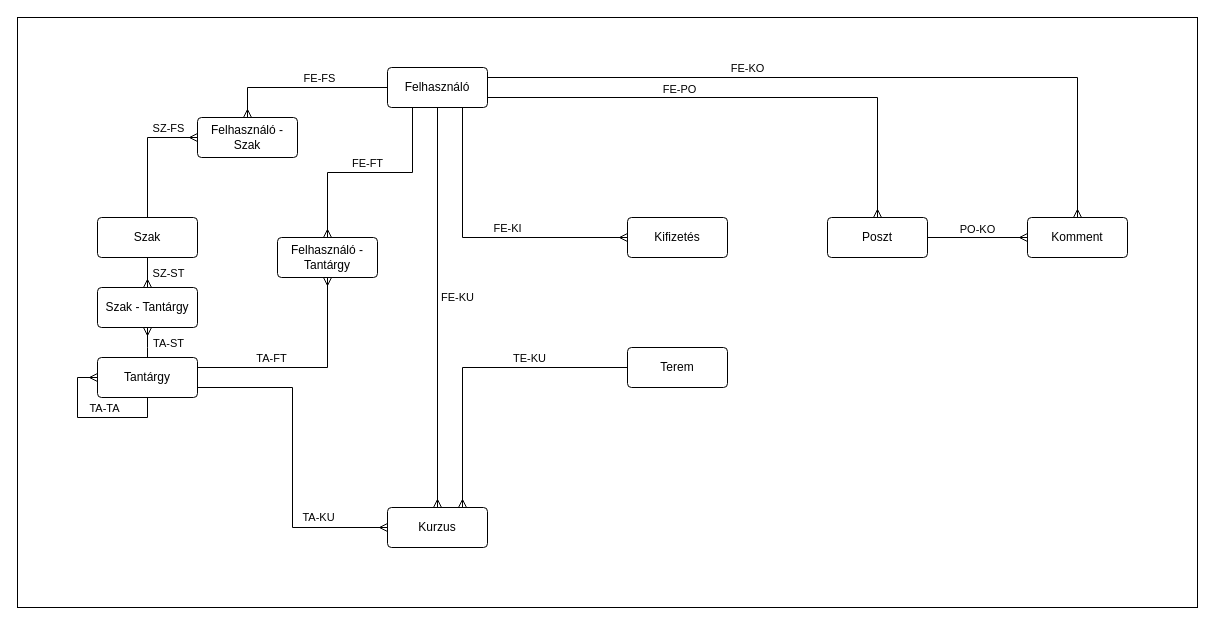
Before: docs/Poseidon_Egyedmodell.drawio in galj03/poseidon-etr, a draw.io diagram. Source tidied: cells renumbered, new cells numbered last; positions are measured from the earlier drawing's top-left corner, leaving out a move shared by most shapes. Both pictures are drawn from the tidied source at 100%, with x=0, y=0 at pixel (17, 17).
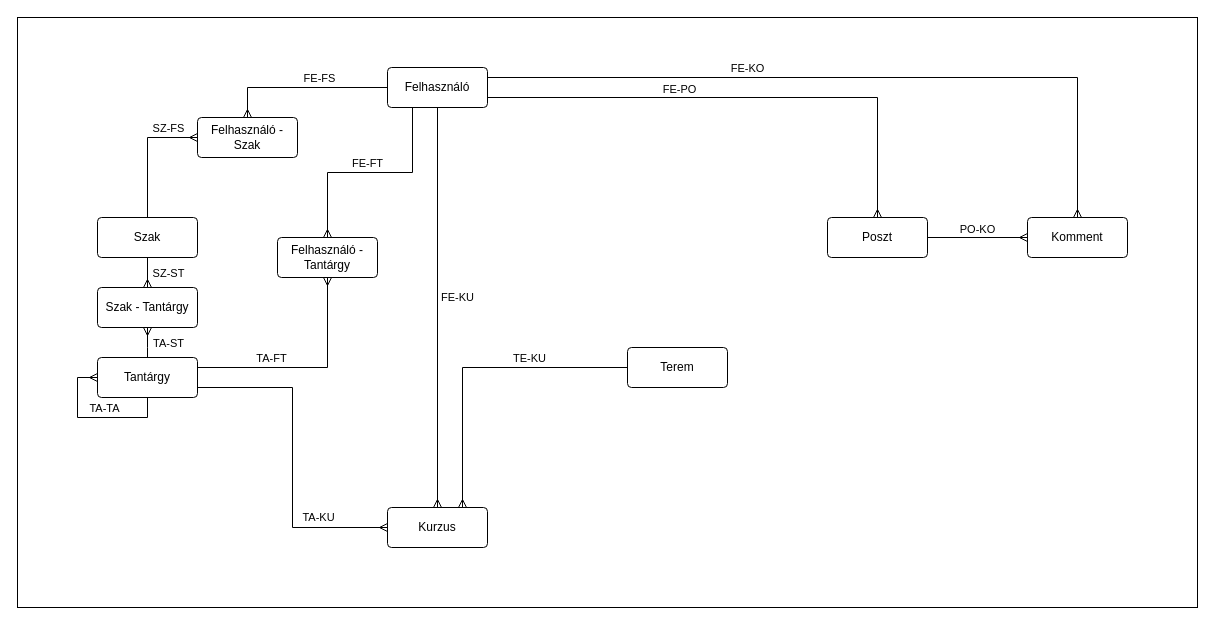
Above is the later version.

The change refers to these unchanged cells:
```xml
<mxCell id="36" value="Felhasználó" style="rounded=1;arcSize=10;whiteSpace=wrap;html=1;align=center;" parent="1" vertex="1">
  <mxGeometry x="370" y="50" width="100" height="40" as="geometry" />
</mxCell>
```

Change to the diagram source:
```diff
@@
-    <mxCell id="7" value="Kifizetés" style="rounded=1;arcSize=10;whiteSpace=wrap;html=1;align=center;" parent="1" vertex="1">
-      <mxGeometry x="610" y="200" width="100" height="40" as="geometry" />
-    </mxCell>
@@
-    <mxCell id="30" style="edgeStyle=orthogonalEdgeStyle;rounded=0;jettySize=auto;html=1;exitX=0.75;exitY=1;exitDx=0;exitDy=0;entryX=0;entryY=0.5;entryDx=0;entryDy=0;startArrow=none;startFill=0;endArrow=ERmany;endFill=0;" parent="1" edge="1" source="36" target="7">
-      <mxGeometry relative="1" as="geometry" />
-    </mxCell>
-    <mxCell id="31" value="FE-KI" style="edgeLabel;html=1;align=center;verticalAlign=middle;" parent="30" vertex="1">
-      <mxGeometry x="0.18" y="-1" relative="1" as="geometry">
-        <mxPoint y="-11" as="offset" />
-      </mxGeometry>
-    </mxCell>
```
